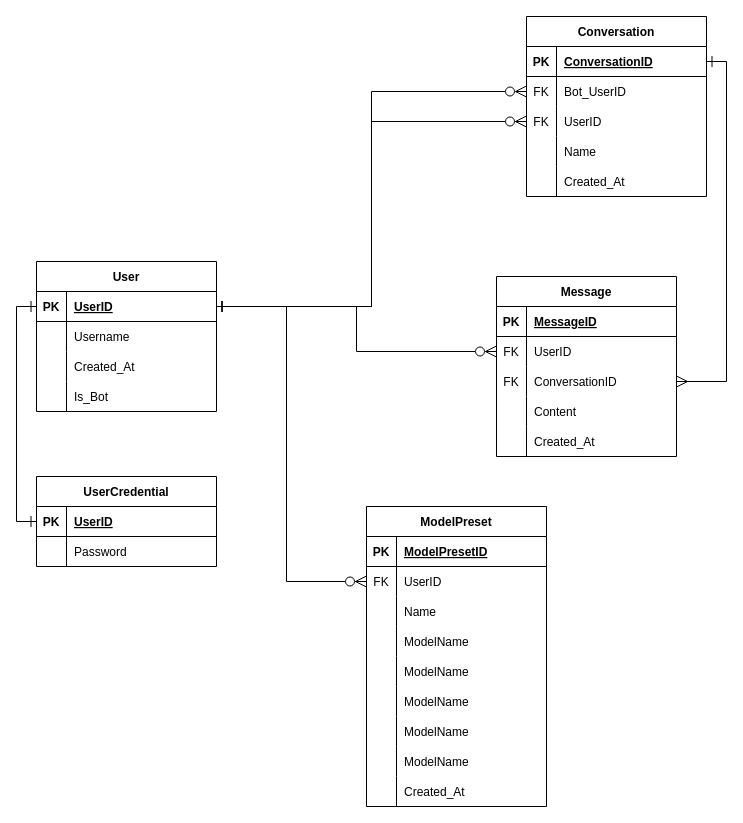
This is db/ERD.drawio from kurumai-bot/server, a draw.io file, before an edit. Source tidied: cells renumbered, new cells numbered last; positions are measured from the earlier drawing's top-left corner, leaving out a move shared by most shapes. Both pictures are drawn from the tidied source at 100%, with x=0, y=0 at pixel (16, 16).
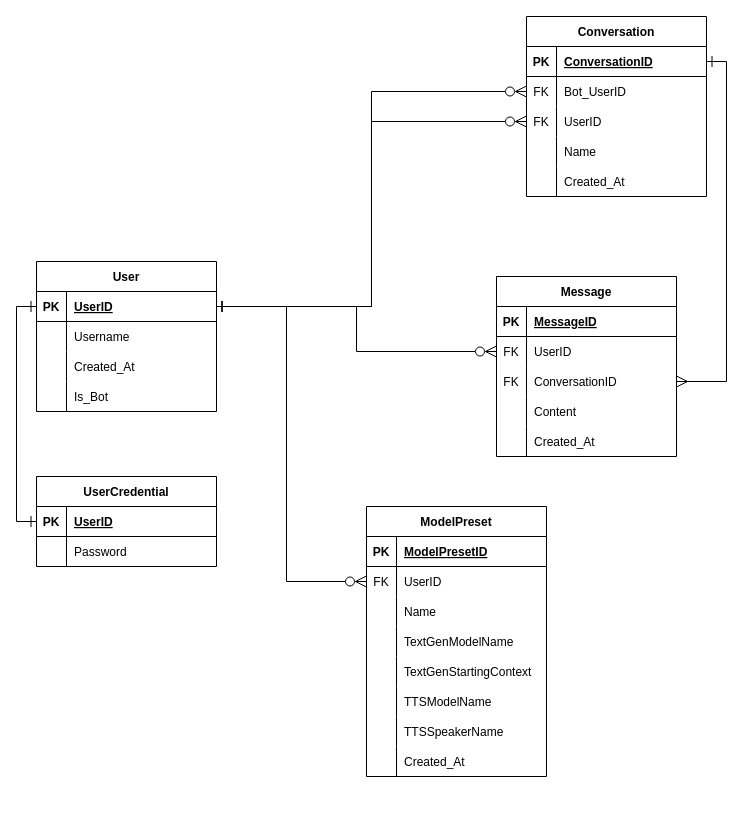
Above is the later version.

The change refers to these unchanged cells:
```xml
<mxCell id="69" style="shape=tableRow;horizontal=0;startSize=0;swimlaneHead=0;swimlaneBody=0;fillColor=none;top=0;left=0;right=0;bottom=0;" parent="59" vertex="1">
  <mxGeometry y="120" width="180" height="30" as="geometry" />
</mxCell>
```

The edit, as a diff of the source:
```diff
@@
     <mxCell id="59" value="ModelPreset" style="shape=table;startSize=30;childLayout=tableLayout;rowLines=0;fontStyle=1;align=center;" parent="1" vertex="1">
-      <mxGeometry x="350" y="490" width="180" height="300" as="geometry" />
+      <mxGeometry x="350" y="490" width="180" height="270" as="geometry" />
     </mxCell>
@@
-    <mxCell id="71" value="ModelName" style="shape=partialRectangle;fillColor=none;top=0;left=0;bottom=0;right=0;align=left;spacingLeft=6;overflow=hidden;" parent="69" vertex="1">
+    <mxCell id="71" value="TextGenModelName" style="shape=partialRectangle;fillColor=none;top=0;left=0;bottom=0;right=0;align=left;spacingLeft=6;overflow=hidden;" parent="69" vertex="1">
       <mxGeometry x="30" width="150" height="30" as="geometry" />
     </mxCell>
+    <mxCell id="78" style="shape=tableRow;horizontal=0;startSize=0;swimlaneHead=0;swimlaneBody=0;fillColor=none;top=0;left=0;right=0;bottom=0;" parent="59" vertex="1">
+      <mxGeometry y="150" width="180" height="30" as="geometry" />
+    </mxCell>
+    <mxCell id="79" style="shape=partialRectangle;fillColor=none;top=0;left=0;bottom=0;right=0;overflow=hidden;" parent="78" vertex="1">
+      <mxGeometry width="30" height="30" as="geometry" />
+    </mxCell>
+    <mxCell id="80" value="TextGenStartingContext" style="shape=partialRectangle;fillColor=none;top=0;left=0;bottom=0;right=0;align=left;spacingLeft=6;overflow=hidden;" parent="78" vertex="1">
+      <mxGeometry x="30" width="150" height="30" as="geometry" />
+    </mxCell>
     <mxCell id="72" style="shape=tableRow;horizontal=0;startSize=0;swimlaneHead=0;swimlaneBody=0;fillColor=none;top=0;left=0;right=0;bottom=0;" parent="59" vertex="1">
-      <mxGeometry y="150" width="180" height="30" as="geometry" />
+      <mxGeometry y="180" width="180" height="30" as="geometry" />
     </mxCell>
@@
-    <mxCell id="74" value="ModelName" style="shape=partialRectangle;fillColor=none;top=0;left=0;bottom=0;right=0;align=left;spacingLeft=6;overflow=hidden;" parent="72" vertex="1">
+    <mxCell id="74" value="TTSModelName" style="shape=partialRectangle;fillColor=none;top=0;left=0;bottom=0;right=0;align=left;spacingLeft=6;overflow=hidden;" parent="72" vertex="1">
       <mxGeometry x="30" width="150" height="30" as="geometry" />
     </mxCell>
     <mxCell id="75" style="shape=tableRow;horizontal=0;startSize=0;swimlaneHead=0;swimlaneBody=0;fillColor=none;top=0;left=0;right=0;bottom=0;" parent="59" vertex="1">
-      <mxGeometry y="180" width="180" height="30" as="geometry" />
+      <mxGeometry y="210" width="180" height="30" as="geometry" />
     </mxCell>
@@
-    <mxCell id="77" value="ModelName" style="shape=partialRectangle;fillColor=none;top=0;left=0;bottom=0;right=0;align=left;spacingLeft=6;overflow=hidden;" parent="75" vertex="1">
+    <mxCell id="77" value="TTSSpeakerName" style="shape=partialRectangle;fillColor=none;top=0;left=0;bottom=0;right=0;align=left;spacingLeft=6;overflow=hidden;" parent="75" vertex="1">
       <mxGeometry x="30" width="150" height="30" as="geometry" />
     </mxCell>
-    <mxCell id="78" style="shape=tableRow;horizontal=0;startSize=0;swimlaneHead=0;swimlaneBody=0;fillColor=none;top=0;left=0;right=0;bottom=0;" parent="59" vertex="1">
-      <mxGeometry y="210" width="180" height="30" as="geometry" />
-    </mxCell>
-    <mxCell id="79" style="shape=partialRectangle;fillColor=none;top=0;left=0;bottom=0;right=0;overflow=hidden;" parent="78" vertex="1">
-      <mxGeometry width="30" height="30" as="geometry" />
-    </mxCell>
-    <mxCell id="80" value="ModelName" style="shape=partialRectangle;fillColor=none;top=0;left=0;bottom=0;right=0;align=left;spacingLeft=6;overflow=hidden;" parent="78" vertex="1">
-      <mxGeometry x="30" width="150" height="30" as="geometry" />
-    </mxCell>
-    <mxCell id="81" style="shape=tableRow;horizontal=0;startSize=0;swimlaneHead=0;swimlaneBody=0;fillColor=none;top=0;left=0;right=0;bottom=0;" parent="59" vertex="1">
-      <mxGeometry y="240" width="180" height="30" as="geometry" />
-    </mxCell>
-    <mxCell id="82" style="shape=partialRectangle;fillColor=none;top=0;left=0;bottom=0;right=0;overflow=hidden;" parent="81" vertex="1">
-      <mxGeometry width="30" height="30" as="geometry" />
-    </mxCell>
-    <mxCell id="83" value="ModelName" style="shape=partialRectangle;fillColor=none;top=0;left=0;bottom=0;right=0;align=left;spacingLeft=6;overflow=hidden;" parent="81" vertex="1">
-      <mxGeometry x="30" width="150" height="30" as="geometry" />
-    </mxCell>
     <mxCell id="84" style="shape=tableRow;horizontal=0;startSize=0;swimlaneHead=0;swimlaneBody=0;fillColor=none;top=0;left=0;right=0;bottom=0;" parent="59" vertex="1">
-      <mxGeometry y="270" width="180" height="30" as="geometry" />
+      <mxGeometry y="240" width="180" height="30" as="geometry" />
     </mxCell>
```
